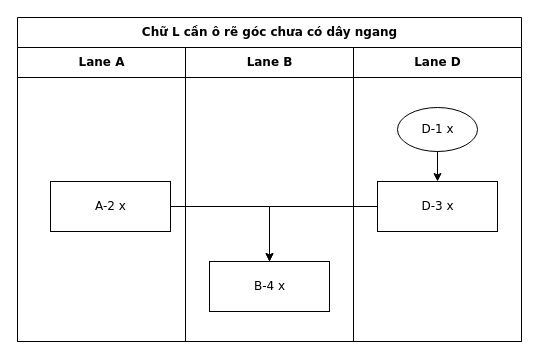
luytbq/flowcast keeps this draw.io diagram as conformance/golden/optimize/cases-63-route-c-turn-cell.drawio. Above is the earlier version. Source tidied: cells renumbered, new cells numbered last; positions are measured from the earlier drawing's top-left corner, leaving out a move shared by most shapes. Both pictures are drawn from the tidied source at 100%, with x=0, y=0 at pixel (17, 17).
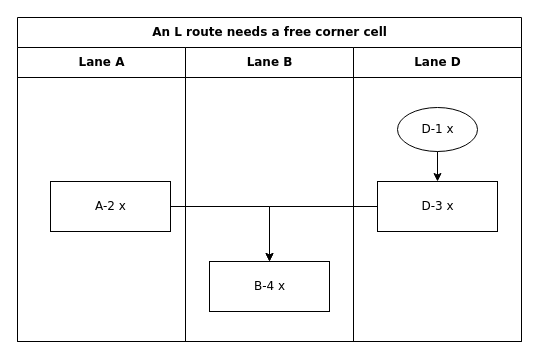
The same page after the edit.

The edit, as a diff of the source:
```diff
@@
 <mxGraphModel>
   <root>
     <mxCell id="0" />
     <mxCell id="1" parent="0" />
-    <mxCell id="2" value="Chữ L cần ô rẽ góc chưa có dây ngang" style="swimlane;html=1;startSize=30;fontStyle=1;fontFamily=Verdana;fontSize=12;flowtable=1;" parent="1" vertex="1">
+    <mxCell id="2" value="An L route needs a free corner cell" style="swimlane;html=1;startSize=30;fontStyle=1;fontFamily=Verdana;fontSize=12;flowtable=1;" parent="1" vertex="1">
       <mxGeometry width="504" height="324" as="geometry" />
     </mxCell>
     <mxCell id="3" value="Lane A" style="swimlane;html=1;startSize=30;fontFamily=Verdana;fontSize=12;flowtable=1;" parent="2" vertex="1">
       <mxGeometry y="30" width="168" height="294" as="geometry" />
     </mxCell>
     <mxCell id="4" value="Lane B" style="swimlane;html=1;startSize=30;fontFamily=Verdana;fontSize=12;flowtable=1;" parent="2" vertex="1">
       <mxGeometry x="168" y="30" width="168" height="294" as="geometry" />
     </mxCell>
     <mxCell id="5" value="Lane D" style="swimlane;html=1;startSize=30;fontFamily=Verdana;fontSize=12;flowtable=1;" parent="2" vertex="1">
       <mxGeometry x="336" y="30" width="168" height="294" as="geometry" />
     </mxCell>
     <mxCell id="6" value="D-1 x" style="ellipse;html=1;fontFamily=Verdana;fontSize=12;flowtable=1;" parent="5" vertex="1">
       <mxGeometry x="44" y="60" width="80" height="44" as="geometry" />
     </mxCell>
     <mxCell id="7" value="A-2 x" style="rounded=0;html=1;fontFamily=Verdana;fontSize=12;flowtable=1;" parent="3" vertex="1">
       <mxGeometry x="33" y="134" width="120" height="50" as="geometry" />
     </mxCell>
     <mxCell id="8" value="D-3 x" style="rounded=0;html=1;fontFamily=Verdana;fontSize=12;flowtable=1;" parent="5" vertex="1">
       <mxGeometry x="24" y="134" width="120" height="50" as="geometry" />
     </mxCell>
     <mxCell id="9" value="B-4 x" style="rounded=0;html=1;fontFamily=Verdana;fontSize=12;flowtable=1;" parent="4" vertex="1">
       <mxGeometry x="24" y="214" width="120" height="50" as="geometry" />
     </mxCell>
     <mxCell id="10" style="edgeStyle=orthogonalEdgeStyle;rounded=0;jettySize=auto;html=1;labelBackgroundColor=default;exitX=0.5;exitY=1;exitDx=0;exitDy=0;entryX=0.5;entryY=0;entryDx=0;entryDy=0;fontFamily=Verdana;fontSize=12;flowtable=1;" parent="2" edge="1" source="6" target="8">
       <mxGeometry relative="1" as="geometry" />
     </mxCell>
     <mxCell id="11" style="edgeStyle=orthogonalEdgeStyle;rounded=0;jettySize=auto;html=1;labelBackgroundColor=default;exitX=1;exitY=0.5;exitDx=0;exitDy=0;entryX=0.5;entryY=0;entryDx=0;entryDy=0;fontFamily=Verdana;fontSize=12;flowtable=1;" parent="2" edge="1" source="7" target="9">
       <mxGeometry relative="1" as="geometry">
         <Array as="points">
           <mxPoint x="252" y="189" />
         </Array>
       </mxGeometry>
     </mxCell>
     <mxCell id="12" style="edgeStyle=orthogonalEdgeStyle;rounded=0;jettySize=auto;html=1;labelBackgroundColor=default;exitX=0;exitY=0.5;exitDx=0;exitDy=0;entryX=0.5;entryY=0;entryDx=0;entryDy=0;fontFamily=Verdana;fontSize=12;flowtable=1;" parent="2" edge="1" source="8" target="9">
       <mxGeometry relative="1" as="geometry">
         <Array as="points">
           <mxPoint x="252" y="189" />
         </Array>
       </mxGeometry>
     </mxCell>
   </root>
 </mxGraphModel>
```
